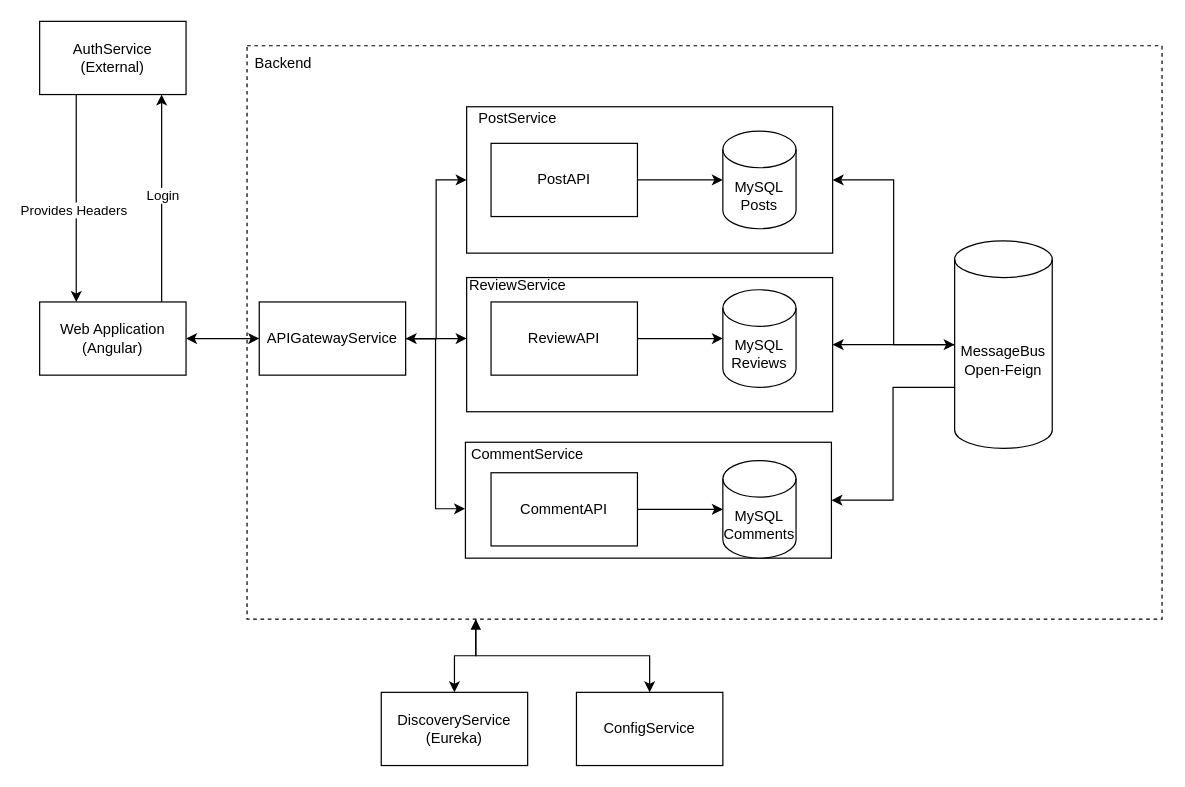
Before: architecture/Architecture.drawio in pxlit-projects/project-ThimoGubbelsPXL, a draw.io diagram. Source tidied: cells renumbered, new cells numbered last; positions are measured from the earlier drawing's top-left corner, leaving out a move shared by most shapes. Both pictures are drawn from the tidied source at 122%, with x=0, y=0 at pixel (39, 21).
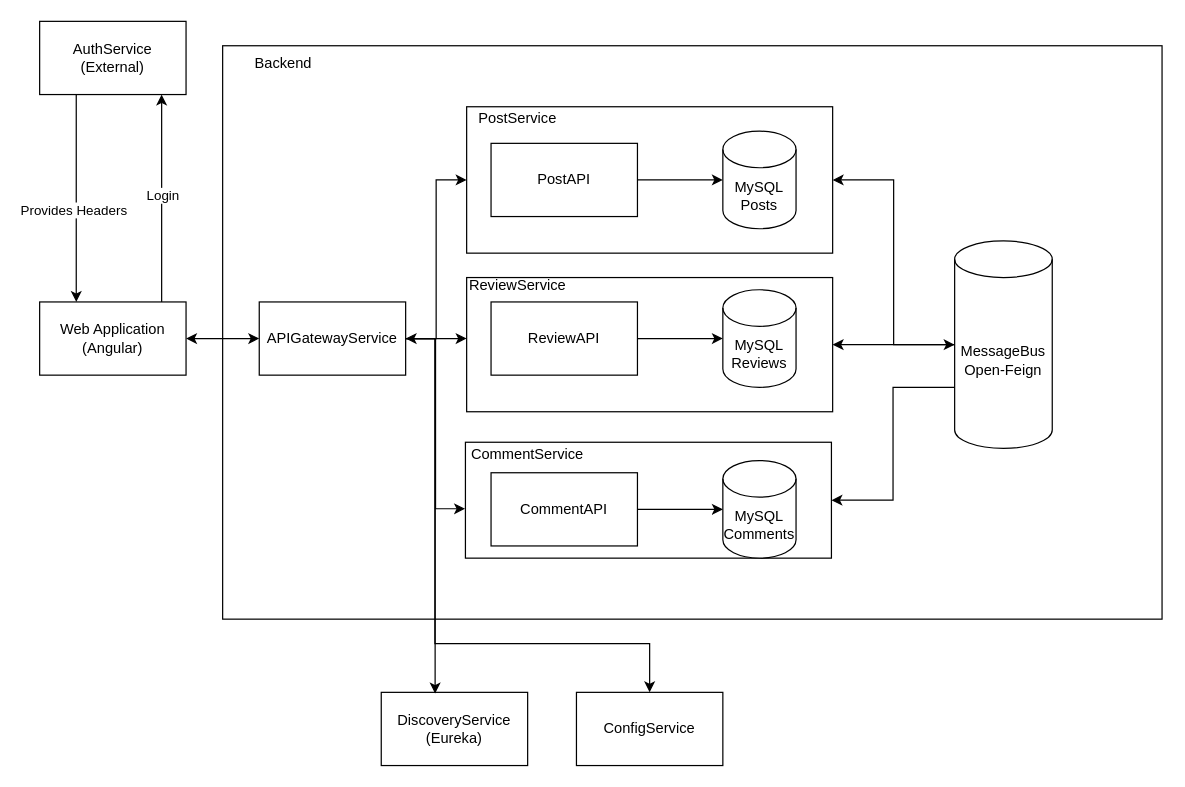
The same diagram, later.

Unchanged cells that the change refers to:
```xml
<mxCell id="31" value="DiscoveryService&lt;br&gt;(Eureka)" style="rounded=0;whiteSpace=wrap;html=1;" parent="1" vertex="1">
  <mxGeometry x="280" y="550" width="120" height="60" as="geometry" />
</mxCell>
<mxCell id="32" value="ConfigService" style="rounded=0;whiteSpace=wrap;html=1;" parent="1" vertex="1">
  <mxGeometry x="440" y="550" width="120" height="60" as="geometry" />
</mxCell>
<mxCell id="36" value="APIGatewayService" style="rounded=0;whiteSpace=wrap;html=1;" parent="1" vertex="1">
  <mxGeometry x="180" y="230" width="120" height="60" as="geometry" />
</mxCell>
```

Change to the diagram source:
```diff
@@
-    <mxCell id="2" style="edgeStyle=orthogonalEdgeStyle;rounded=0;jettySize=auto;html=1;exitX=0.25;exitY=1;exitDx=0;exitDy=0;" parent="1" edge="1" source="4" target="31">
-      <mxGeometry relative="1" as="geometry" />
-    </mxCell>
-    <mxCell id="3" style="edgeStyle=orthogonalEdgeStyle;rounded=0;jettySize=auto;html=1;exitX=0.25;exitY=1;exitDx=0;exitDy=0;startArrow=block;startFill=1;" parent="1" edge="1" source="4" target="32">
-      <mxGeometry relative="1" as="geometry" />
-    </mxCell>
-    <mxCell id="4" style="rounded=0;whiteSpace=wrap;html=1;dashed=1;" parent="1" vertex="1">
-      <mxGeometry x="170" y="20" width="750" height="470" as="geometry" />
+    <mxCell id="4" style="rounded=0;whiteSpace=wrap;html=1;" parent="1" vertex="1">
+      <mxGeometry x="150" y="20" width="770" height="470" as="geometry" />
     </mxCell>
@@
+    <mxCell id="38" style="edgeStyle=orthogonalEdgeStyle;rounded=0;jettySize=auto;html=1;exitX=1;exitY=0.5;exitDx=0;exitDy=0;entryX=0.5;entryY=0;entryDx=0;entryDy=0;" parent="1" edge="1" target="32">
+      <mxGeometry relative="1" as="geometry">
+        <mxPoint x="324" y="260" as="sourcePoint" />
+        <Array as="points">
+          <mxPoint x="324" y="510" />
+          <mxPoint x="500" y="510" />
+        </Array>
+      </mxGeometry>
+    </mxCell>
@@
+    <mxCell id="39" style="edgeStyle=orthogonalEdgeStyle;rounded=0;jettySize=auto;html=1;exitX=1;exitY=0.5;exitDx=0;exitDy=0;entryX=0.368;entryY=0.017;entryDx=0;entryDy=0;entryPerimeter=0;" parent="1" edge="1" source="36" target="31">
+      <mxGeometry relative="1" as="geometry" />
+    </mxCell>
```
